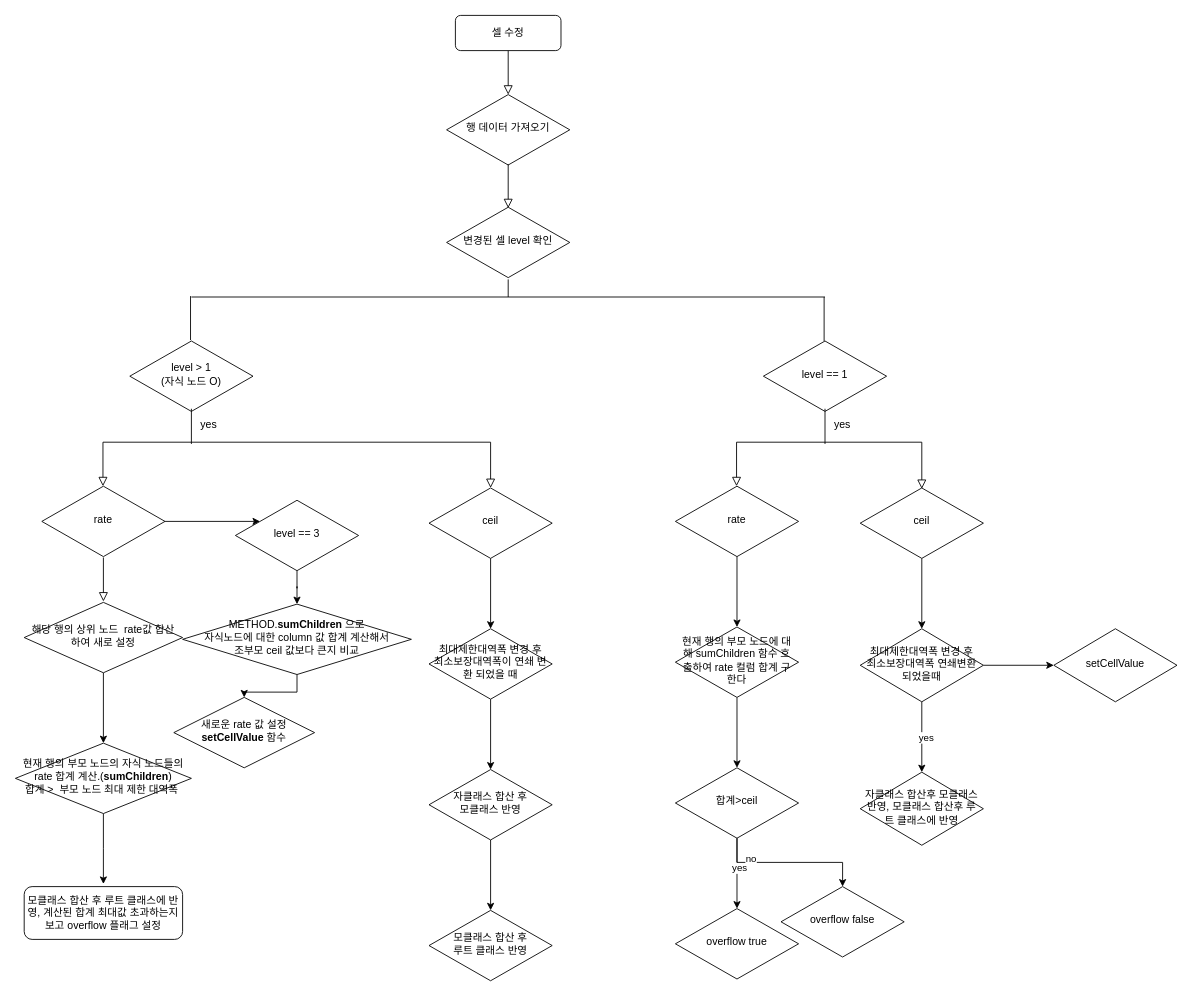
Before: afterSaveCell.drawio in MJKOOTHEFIRST/local1, a draw.io diagram. Source tidied: cells renumbered, new cells numbered last; positions are measured from the earlier drawing's top-left corner, leaving out a move shared by most shapes. Both pictures are drawn from the tidied source at 88%, with x=0, y=0 at pixel (15, 15).
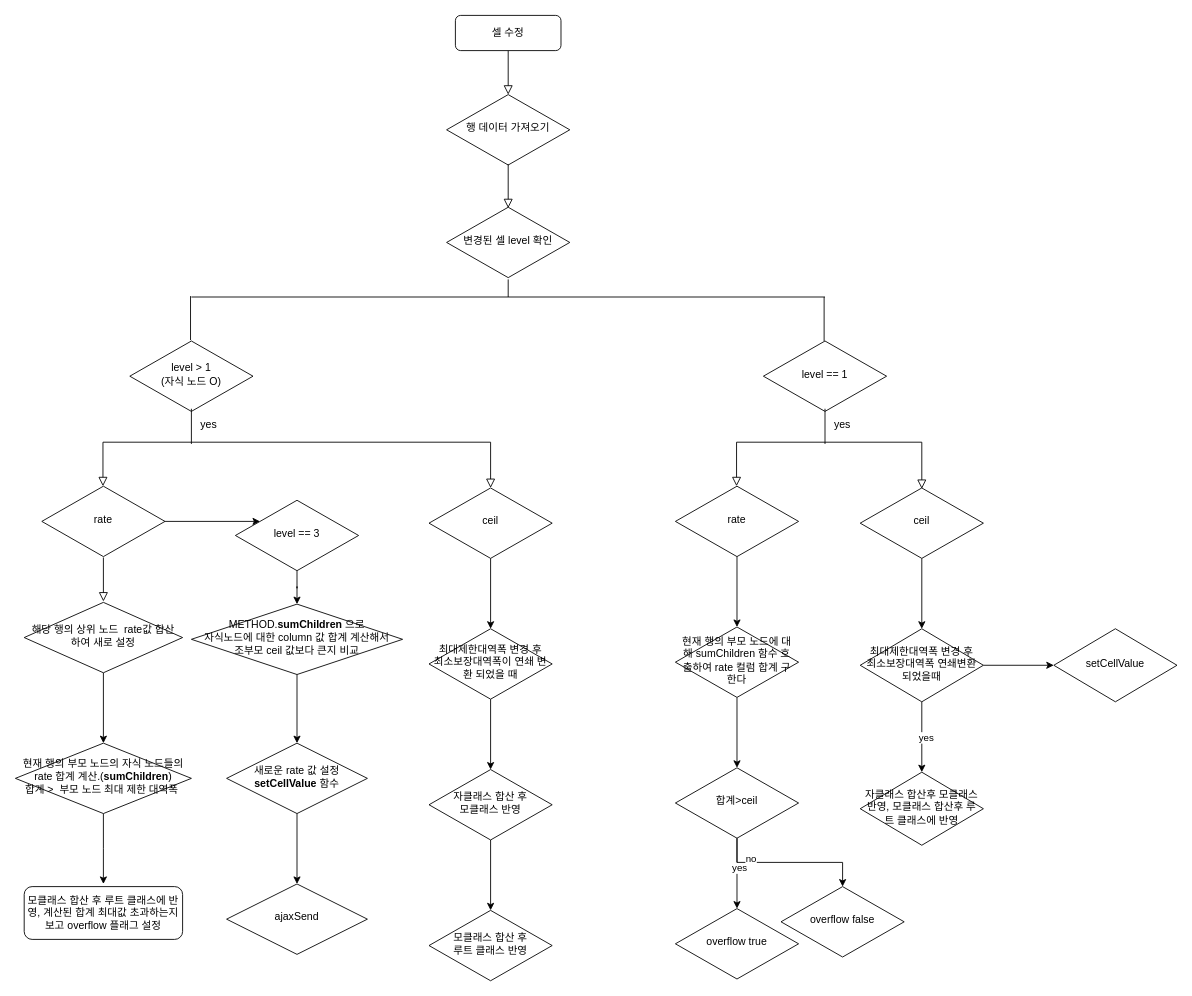
The same page after the edit.

Diff of the diagram source:
```diff
@@
     <mxCell id="23" value="METHOD.&lt;b&gt;sumChildren&lt;/b&gt; 으로 &lt;br&gt;자식노드에 대한 column 값 합계 계산해서 &lt;br&gt;조부모 ceil 값보다 큰지 비교" style="rhombus;whiteSpace=wrap;html=1;shadow=0;fontFamily=Helvetica;fontSize=12;align=center;strokeWidth=1;spacing=6;spacingTop=-4;" parent="1" vertex="1">
-      <mxGeometry x="190" y="669" width="260" height="80" as="geometry" />
+      <mxGeometry x="200" y="669" width="240" height="80" as="geometry" />
     </mxCell>
@@
+    <mxCell id="60" style="edgeStyle=orthogonalEdgeStyle;rounded=0;jettySize=auto;html=1;" parent="1" edge="1" source="37" target="61">
+      <mxGeometry relative="1" as="geometry" />
+    </mxCell>
     <mxCell id="37" value="새로운 rate 값 설정&lt;br&gt;&lt;b&gt;setCellValue&lt;/b&gt; 함수" style="rhombus;whiteSpace=wrap;html=1;shadow=0;fontFamily=Helvetica;fontSize=12;align=center;strokeWidth=1;spacing=6;spacingTop=-4;" parent="1" vertex="1">
-      <mxGeometry x="180" y="775" width="160" height="80" as="geometry" />
+      <mxGeometry x="240" y="827" width="160" height="80" as="geometry" />
     </mxCell>
@@
+    <mxCell id="61" value="ajaxSend" style="rhombus;whiteSpace=wrap;html=1;shadow=0;fontFamily=Helvetica;fontSize=12;align=center;strokeWidth=1;spacing=6;spacingTop=-4;" parent="1" vertex="1">
+      <mxGeometry x="240" y="987" width="160" height="80" as="geometry" />
+    </mxCell>
```
